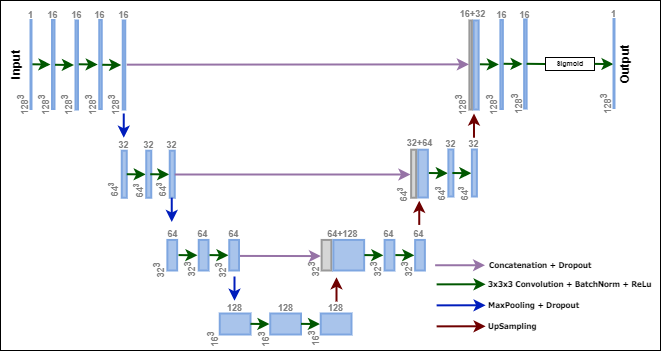
Before: images/unet.png, a diagram exported from draw.io (luiserrador/ML_3D_Unet). Source tidied: cells renumbered, new cells last; positions are measured from the earlier drawing's top-left corner, leaving out a move shared by most shapes.
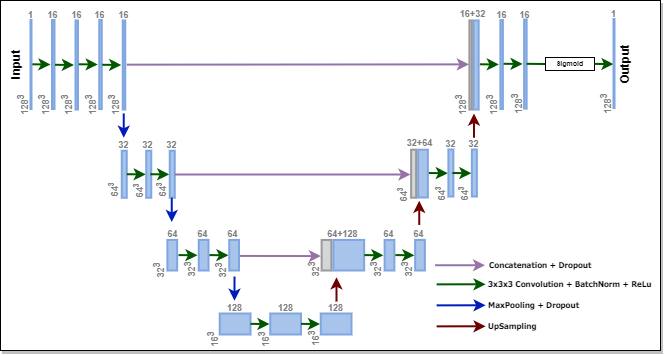
After the change.

Diff of the diagram source:
```diff
@@ -2,7 +2,7 @@
   <root>
     <mxCell id="0" />
     <mxCell id="1" parent="0" />
-    <mxCell id="2" style="rounded=0;whiteSpace=wrap;html=1;" parent="1" vertex="1">
+    <mxCell id="2" style="rounded=0;whiteSpace=wrap;html=1;shadow=1;sketch=0;glass=0;" parent="1" vertex="1">
       <mxGeometry x="14" width="660" height="350" as="geometry" />
     </mxCell>
     <mxCell id="3" style="endArrow=classic;html=1;rounded=0;fontFamily=Tahoma;fontSize=10;strokeWidth=2;fillColor=#008a00;strokeColor=#005700;" parent="1" edge="1">
```
